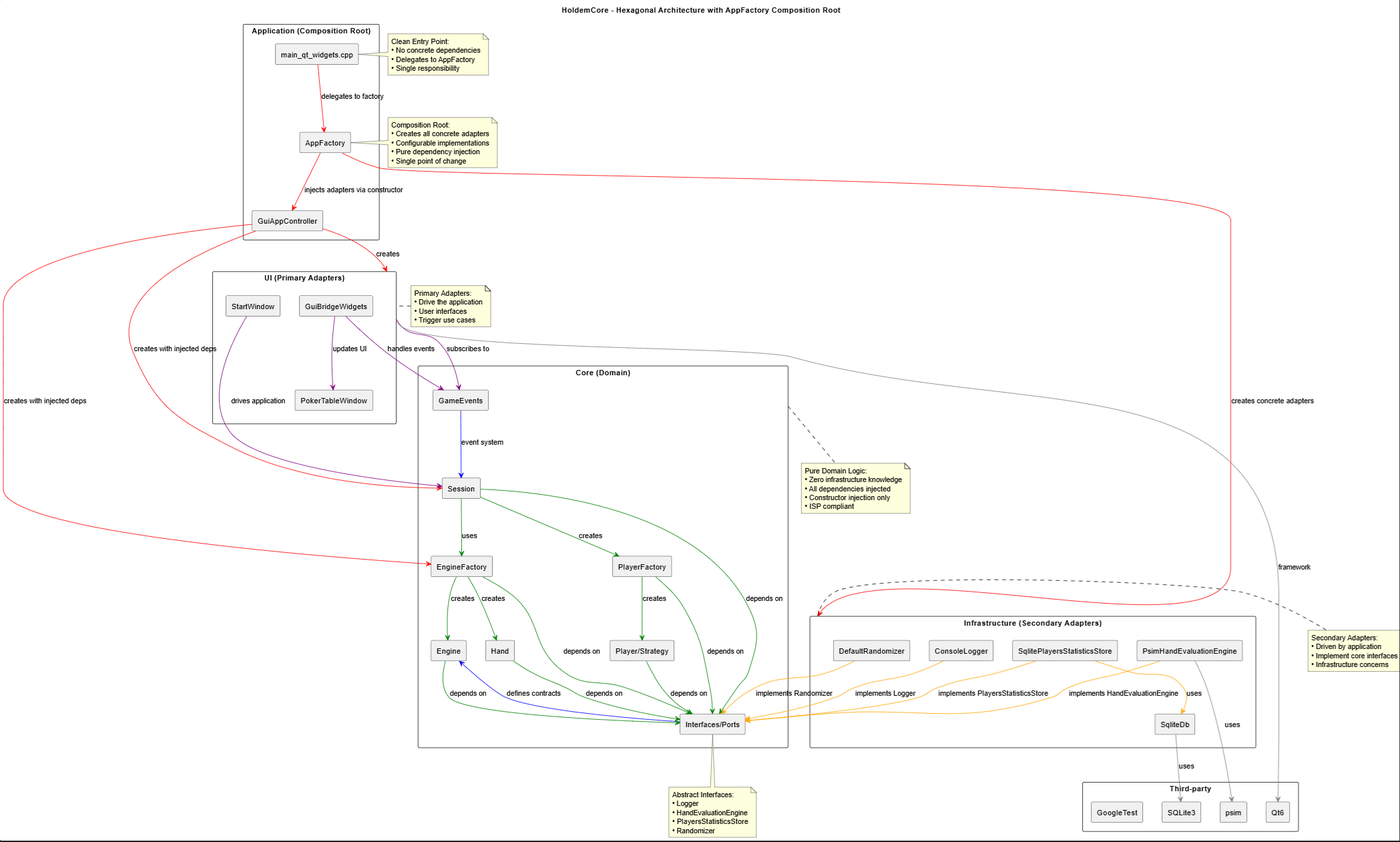
Before: doc/architecture.png, a diagram exported from PlantUML (Marcennaji/HoldemCore). Its source is kept beside it as doc/architecture.puml.
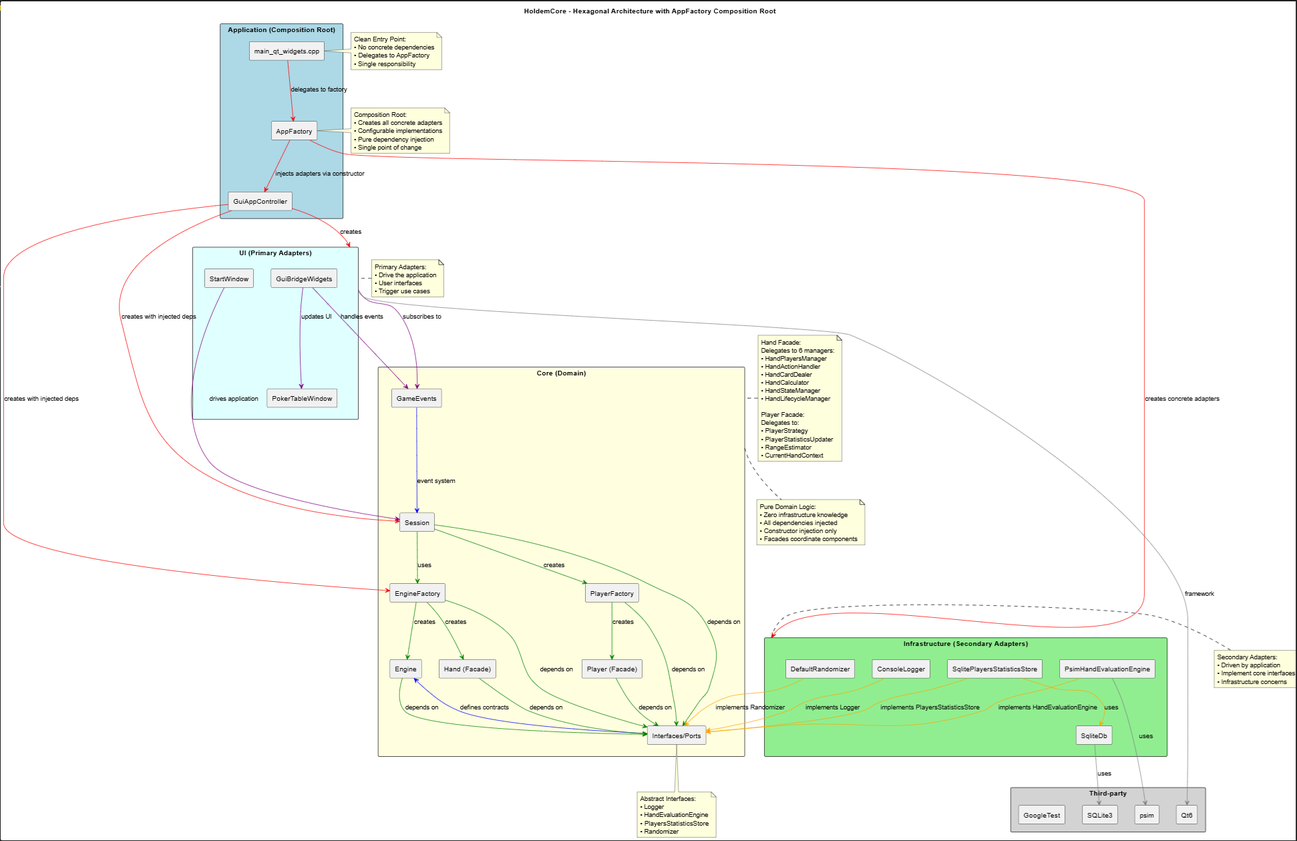
After the commit.

Commit message:
docs: Add architecture review and update diagrams Independent SOLID & Hexagonal Architecture validation added. Architecture diagram updated with Facade patterns and color coding.

Diff of the diagram source:
```diff
@@ -5,24 +5,24 @@
 skinparam shadowing false
 skinparam componentStyle rectangle
 
-package "Core (Domain)" as Core {
+package "Core (Domain)" as Core #LightYellow {
   [Engine] as Engine
   [GameEvents] as GameEvents
   [Session] as Session
   [EngineFactory] as EngineFactory
-  [Player/Strategy] as PlayerStrategy
+  [Player (Facade)] as Player
   [PlayerFactory] as PlayerFactory
-  [Hand] as Hand
+  [Hand (Facade)] as Hand
   [Interfaces/Ports] as Ports
 }
 
-package "Application (Composition Root)" as App {
+package "Application (Composition Root)" as App #LightBlue {
   [main_qt_widgets.cpp] as Main
   [AppFactory] as AppFactory
   [GuiAppController] as GuiController
 }
 
-package "Infrastructure (Secondary Adapters)" as Infra {
+package "Infrastructure (Secondary Adapters)" as Infra #LightGreen {
   [ConsoleLogger] as ConsoleLogger
   [SqlitePlayersStatisticsStore] as SqliteStore
   [PsimHandEvaluationEngine] as PsimEngine
@@ -30,13 +30,13 @@
   [SqliteDb] as SqliteDb
 }
 
-package "UI (Primary Adapters)" as UI {
+package "UI (Primary Adapters)" as UI #LightCyan {
   [StartWindow] as StartWindow
   [PokerTableWindow] as TableWindow
   [GuiBridgeWidgets] as Bridge
 }
 
-package "Third-party" as ThirdParty {
+package "Third-party" as ThirdParty #LightGray {
   [SQLite3] as SQLite3
   [psim] as psim
   [Qt6] as Qt6
@@ -49,10 +49,10 @@
 Session -[#green]-> PlayerFactory : creates
 EngineFactory -[#green]-> Hand : creates
 EngineFactory -[#green]-> Engine : creates
-PlayerFactory -[#green]-> PlayerStrategy : creates
+PlayerFactory -[#green]-> Player : creates
 Engine -[#green]-> Ports : depends on
 Hand -[#green]-> Ports : depends on
-PlayerStrategy -[#green]-> Ports : depends on
+Player -[#green]-> Ports : depends on
 Session -[#green]-> Ports : depends on
 EngineFactory -[#green]-> Ports : depends on
 PlayerFactory -[#green]-> Ports : depends on
@@ -82,7 +82,8 @@
 note right of Main : Clean Entry Point:\n• No concrete dependencies\n• Delegates to AppFactory\n• Single responsibility
 note right of AppFactory : Composition Root:\n• Creates all concrete adapters\n• Configurable implementations\n• Pure dependency injection\n• Single point of change
 note bottom of Ports : Abstract Interfaces:\n• Logger\n• HandEvaluationEngine\n• PlayersStatisticsStore\n• Randomizer
-note bottom of Core : Pure Domain Logic:\n• Zero infrastructure knowledge\n• All dependencies injected\n• Constructor injection only\n• ISP compliant
+note bottom of Core : Pure Domain Logic:\n• Zero infrastructure knowledge\n• All dependencies injected\n• Constructor injection only\n• Facades coordinate components
+note left of Core : Hand Facade:\nDelegates to 6 managers:\n• HandPlayersManager\n• HandActionHandler\n• HandCardDealer\n• HandCalculator\n• HandStateManager\n• HandLifecycleManager\n\nPlayer Facade:\nDelegates to:\n• PlayerStrategy\n• PlayerStatisticsUpdater\n• RangeEstimator\n• CurrentHandContext
 note left of UI : Primary Adapters:\n• Drive the application\n• User interfaces\n• Trigger use cases
 note right of Infra : Secondary Adapters:\n• Driven by application\n• Implement core interfaces\n• Infrastructure concerns
 
```
